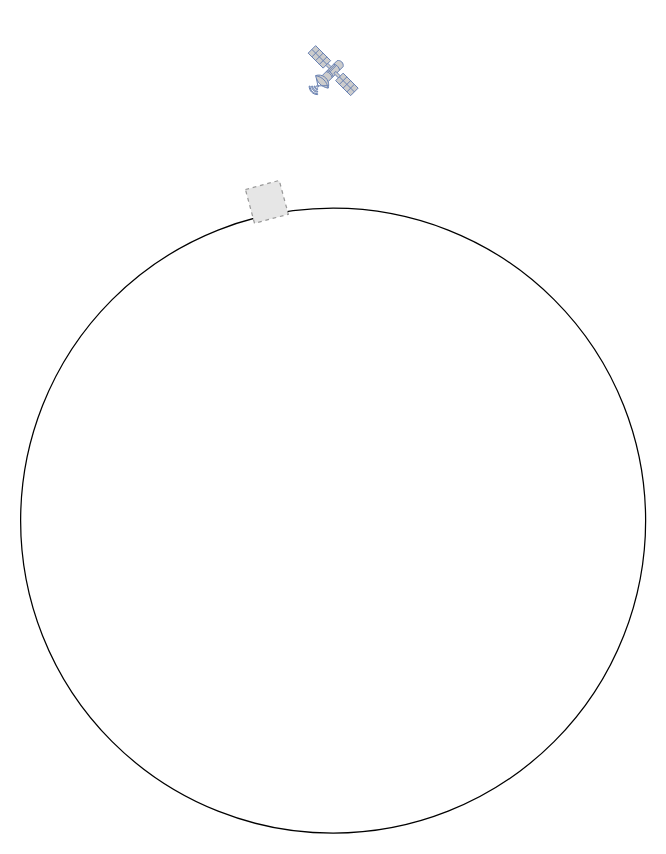
The draw.io diagram Topology scenario 1.drawio in Mast3rwaf1z/p4, before the edit. Source tidied: cells renumbered, new cells numbered last; positions are measured from the earlier drawing's top-left corner, leaving out a move shared by most shapes. Both pictures are drawn from the tidied source at 125%, with x=0, y=0 at pixel (20, 45). Pictures stored in the file or linked from it are replaced by grey dashed boxes.
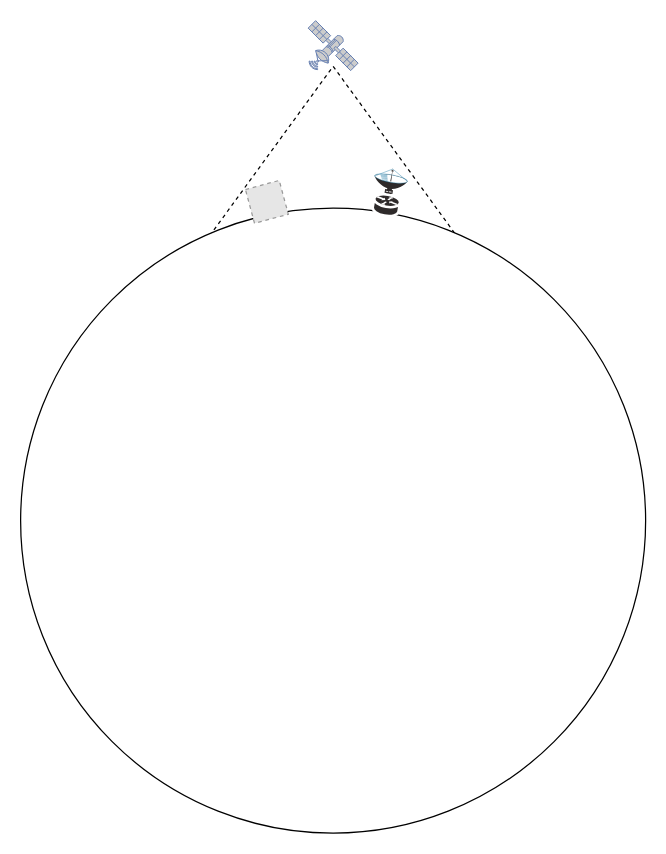
Above is the later version.

The edit, as a diff of the source:
```diff
@@
 <mxGraphModel>
   <root>
     <mxCell id="0" />
     <mxCell id="1" parent="0" />
+    <mxCell id="5" style="triangle;whiteSpace=wrap;html=1;fillColor=none;dashed=1;rotation=-90;" parent="1" vertex="1">
+      <mxGeometry x="170" y="-20" width="160" height="233.1" as="geometry" />
+    </mxCell>
     <mxCell id="2" style="ellipse;whiteSpace=wrap;html=1;" parent="1" vertex="1">
       <mxGeometry y="130" width="500" height="500" as="geometry" />
     </mxCell>
     <mxCell id="3" style="fontColor=#0066CC;verticalAlign=top;verticalLabelPosition=bottom;labelPosition=center;align=center;html=1;fillColor=#CCCCCC;strokeColor=#6881B3;gradientColor=none;gradientDirection=north;strokeWidth=2;shape=mxgraph.networks.satellite;" parent="1" vertex="1">
-      <mxGeometry x="230" width="40" height="40" as="geometry" />
+      <mxGeometry x="230" y="-20" width="40" height="40" as="geometry" />
     </mxCell>
     <mxCell id="4" style="fillColor=#E6E6E6;strokeColor=#999999;dashed=1;html=1;verticalAlign=top;verticalLabelPosition=bottom;labelBackgroundColor=#ffffff;rotation=-15;" parent="1" vertex="1">
       <mxGeometry x="183" y="111" width="28" height="28" as="geometry" />
     </mxCell>
+    <mxCell id="6" style="shape=mxgraph.cisco.wireless.ground_terminal;html=1;dashed=0;fillColor=#2E2A2A;strokeColor=#ffffff;strokeWidth=2;verticalLabelPosition=bottom;verticalAlign=top;align=center;rotation=-80;direction=south;" parent="1" vertex="1">
+      <mxGeometry x="275" y="103.5" width="39" height="26.5" as="geometry" />
+    </mxCell>
   </root>
 </mxGraphModel>
```
